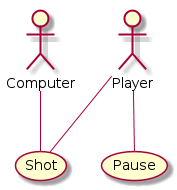
Before: doc/UseCase.png, a diagram exported from PlantUML (wzabila19951/bench_luxoft).
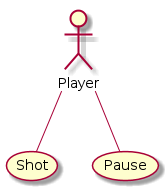
After the change.

Commit message:
Editing a class diagram

The edit, as a diff of the source:
```diff
@@ -2,13 +2,8 @@
 scale max 1024*768
 
 actor Player
-actor Computer
 
 Player -- (Shot)
 Player -- (Pause)
 
-
-Computer -- (Shot)
-
-
 @enduml
```
